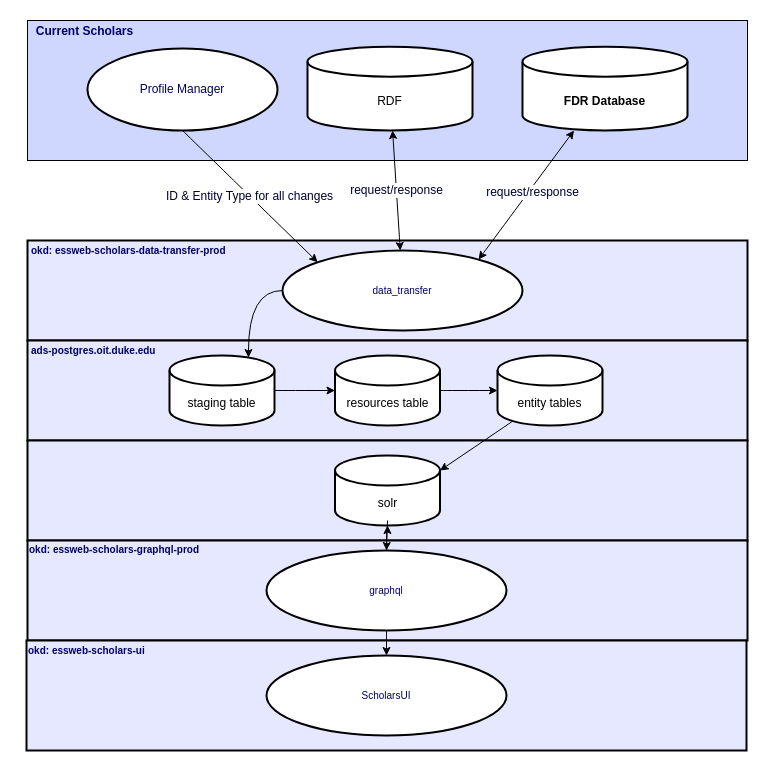
The draw.io diagram DataFlowDiagram - New - HighLevel.drawio in tibbs001/scholars, before the edit. Source tidied: cells renumbered, new cells numbered last; positions are measured from the earlier drawing's top-left corner, leaving out a move shared by most shapes. Both pictures are drawn from the tidied source at 100%, with x=0, y=0 at pixel (17, 16).
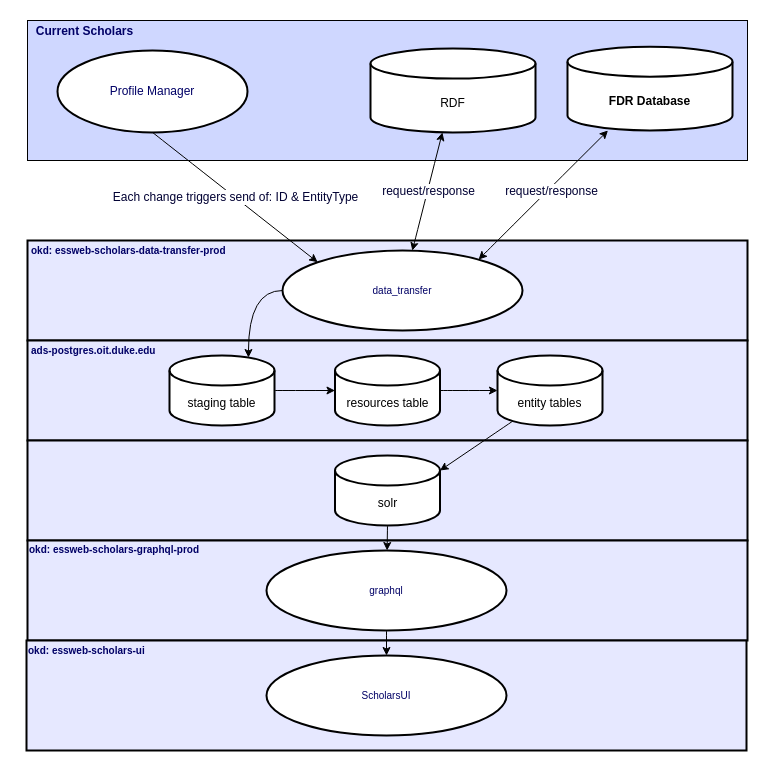
After the change.

The change refers to these unchanged cells:
```xml
<mxCell id="3" value="&lt;div&gt;data_transfer&lt;/div&gt;" style="ellipse;whiteSpace=wrap;html=1;rounded=0;labelBackgroundColor=#FFFFFF;labelBorderColor=none;fontFamily=Helvetica;fontSize=10;fontColor=#000066;strokeWidth=2;fillColor=#FFFFFF;" parent="1" vertex="1">
  <mxGeometry x="265" y="234" width="240" height="80" as="geometry" />
</mxCell>
<mxCell id="21" value="solr" style="shape=cylinder3;whiteSpace=wrap;html=1;boundedLbl=1;backgroundOutline=1;size=15;strokeWidth=2;" parent="1" vertex="1">
  <mxGeometry x="317.5" y="439" width="105" height="70" as="geometry" />
</mxCell>
<mxCell id="25" value="graphql" style="ellipse;whiteSpace=wrap;html=1;rounded=0;labelBackgroundColor=none;labelBorderColor=none;fontFamily=Helvetica;fontSize=10;fontColor=#000066;strokeWidth=2;fillColor=#FFFFFF;" parent="1" vertex="1">
  <mxGeometry x="249" y="534" width="240" height="80" as="geometry" />
</mxCell>
```

The edit, as a diff of the source:
```diff
@@
     <mxCell id="8" value="&lt;b&gt;FDR Database&lt;/b&gt;" style="shape=cylinder3;whiteSpace=wrap;html=1;boundedLbl=1;backgroundOutline=1;size=15;strokeWidth=2;" parent="1" vertex="1">
-      <mxGeometry x="505" y="30.2" width="165" height="83.8" as="geometry" />
+      <mxGeometry x="550" y="30.2" width="165" height="83.8" as="geometry" />
     </mxCell>
@@
-    <mxCell id="24" style="edgeStyle=orthogonalEdgeStyle;curved=1;rounded=0;jettySize=auto;html=1;fontFamily=Helvetica;fontSize=12;fontColor=#000066;" parent="1" edge="1" source="25" target="21">
-      <mxGeometry relative="1" as="geometry" />
-    </mxCell>
@@
-    <mxCell id="26" style="endArrow=classic;html=1;rounded=0;fontFamily=Helvetica;fontSize=12;fontColor=#000066;curved=1;entryX=0.5;entryY=0;entryDx=0;entryDy=0;" parent="1" edge="1" target="25">
-      <mxGeometry relative="1" as="geometry">
-        <mxPoint x="370" y="504" as="sourcePoint" />
-      </mxGeometry>
-    </mxCell>
@@
     <mxCell id="28" value="Profile Manager" style="ellipse;whiteSpace=wrap;html=1;rounded=0;labelBackgroundColor=none;labelBorderColor=none;fontFamily=Helvetica;fontSize=12;fontColor=#000066;strokeWidth=2;fillColor=#FFFFFF;" parent="1" vertex="1">
-      <mxGeometry x="70" y="32.1" width="190" height="81.9" as="geometry" />
+      <mxGeometry x="40" y="34" width="190" height="81.9" as="geometry" />
     </mxCell>
     <mxCell id="29" value="RDF" style="shape=cylinder3;whiteSpace=wrap;html=1;boundedLbl=1;backgroundOutline=1;size=15;strokeWidth=2;" parent="1" vertex="1">
-      <mxGeometry x="290" y="30.2" width="165" height="83.8" as="geometry" />
+      <mxGeometry x="353" y="32.1" width="165" height="83.8" as="geometry" />
     </mxCell>
-    <mxCell id="30" value="&lt;font color=&quot;#000033&quot;&gt;ID &amp;amp; Entity Type for all changes&lt;/font&gt;" style="endArrow=classic;html=1;rounded=0;fontFamily=Helvetica;fontSize=12;fontColor=#000066;curved=1;exitX=0.5;exitY=1;exitDx=0;exitDy=0;entryX=0;entryY=0;entryDx=0;entryDy=0;" parent="1" edge="1" source="28" target="3">
+    <mxCell id="30" value="&lt;font color=&quot;#000033&quot;&gt;&lt;font color=&quot;#000033&quot;&gt; Each change triggers send of: &lt;/font&gt;ID &amp;amp; EntityType&lt;/font&gt;" style="endArrow=classic;html=1;rounded=0;fontFamily=Helvetica;fontSize=12;fontColor=#000066;curved=1;exitX=0.5;exitY=1;exitDx=0;exitDy=0;entryX=0;entryY=0;entryDx=0;entryDy=0;" parent="1" edge="1" source="28" target="3">
       <mxGeometry relative="1" as="geometry" />
     </mxCell>
@@
+    <mxCell id="35" style="endArrow=classic;html=1;rounded=0;fontFamily=Helvetica;fontSize=12;fontColor=#000033;curved=1;exitX=0.5;exitY=1;exitDx=0;exitDy=0;exitPerimeter=0;" parent="1" edge="1" source="21" target="25">
+      <mxGeometry relative="1" as="geometry" />
+    </mxCell>
```
